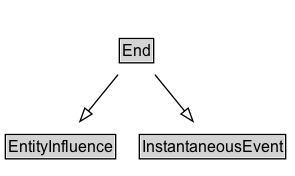
Earlier version of the Graphviz export docs/diagrams/End.dot.png (k-vaughn/ontology-import-prov). Its source is kept beside it as docs/diagrams/End.dot. Its diagram source:
```dot
digraph {
	graph [overlap=false rankdir=TB splines=true]
	node [fontname=Arial fontsize=12 margin=0 shape=none]
	edge [fontname=Arial fontsize=11]
	End [label=<<TABLE BORDER="1" CELLBORDER="0" CELLSPACING="0" CELLPADDING="1"><TR><TD BGCOLOR="lightgray" ALIGN="CENTER">End</TD></TR></TABLE>> URL="../End" margin=0]
	{
		rank=max
	}
	subgraph cluster_associated {
		label="" style=invis
		Invis [label=<<TABLE BORDER="0" CELLBORDER="0" CELLSPACING="0" CELLPADDING="1"><TR><TD></TD></TR></TABLE>> margin=0 style=invis]
	}
	EntityInfluence [label=<<TABLE BORDER="1" CELLBORDER="0" CELLSPACING="0" CELLPADDING="1"><TR><TD BGCOLOR="lightgray" ALIGN="CENTER">EntityInfluence</TD></TR></TABLE>> URL="../EntityInfluence" margin=0]
	End -> EntityInfluence [arrowhead=onormal style=solid]
	InstantaneousEvent [label=<<TABLE BORDER="1" CELLBORDER="0" CELLSPACING="0" CELLPADDING="1"><TR><TD BGCOLOR="lightgray" ALIGN="CENTER">InstantaneousEvent</TD></TR></TABLE>> URL="../InstantaneousEvent" margin=0]
	End -> InstantaneousEvent [arrowhead=onormal style=solid]
}
```
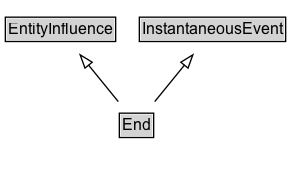
The same diagram one commit later.

The edit, as a diff of the source:
```diff
@@ -2,6 +2,11 @@
 	graph [overlap=false rankdir=TB splines=true]
 	node [fontname=Arial fontsize=12 margin=0 shape=none]
 	edge [fontname=Arial fontsize=11]
+	{
+		rank=source
+		EntityInfluence [label=<<TABLE BORDER="1" CELLBORDER="0" CELLSPACING="0" CELLPADDING="1"><TR><TD BGCOLOR="lightgray" ALIGN="CENTER">EntityInfluence</TD></TR></TABLE>> URL="../EntityInfluence" margin=0]
+		InstantaneousEvent [label=<<TABLE BORDER="1" CELLBORDER="0" CELLSPACING="0" CELLPADDING="1"><TR><TD BGCOLOR="lightgray" ALIGN="CENTER">InstantaneousEvent</TD></TR></TABLE>> URL="../InstantaneousEvent" margin=0]
+	}
 	End [label=<<TABLE BORDER="1" CELLBORDER="0" CELLSPACING="0" CELLPADDING="1"><TR><TD BGCOLOR="lightgray" ALIGN="CENTER">End</TD></TR></TABLE>> URL="../End" margin=0]
 	{
 		rank=max
@@ -10,8 +15,6 @@
 		label="" style=invis
 		Invis [label=<<TABLE BORDER="0" CELLBORDER="0" CELLSPACING="0" CELLPADDING="1"><TR><TD></TD></TR></TABLE>> margin=0 style=invis]
 	}
-	EntityInfluence [label=<<TABLE BORDER="1" CELLBORDER="0" CELLSPACING="0" CELLPADDING="1"><TR><TD BGCOLOR="lightgray" ALIGN="CENTER">EntityInfluence</TD></TR></TABLE>> URL="../EntityInfluence" margin=0]
 	End -> EntityInfluence [arrowhead=onormal style=solid]
-	InstantaneousEvent [label=<<TABLE BORDER="1" CELLBORDER="0" CELLSPACING="0" CELLPADDING="1"><TR><TD BGCOLOR="lightgray" ALIGN="CENTER">InstantaneousEvent</TD></TR></TABLE>> URL="../InstantaneousEvent" margin=0]
 	End -> InstantaneousEvent [arrowhead=onormal style=solid]
 }
```
